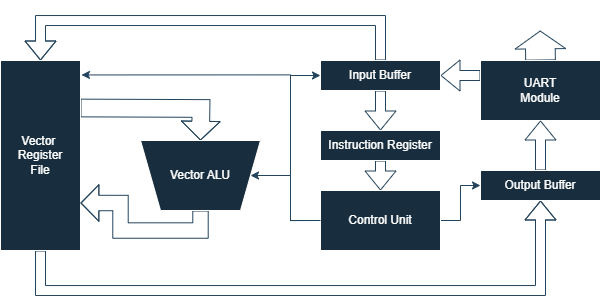
Before: Planning-And-Development/Arch.png, a diagram exported from draw.io (ColeFrancis/FPGA-Vector-Accelerator-with-Python-HAL). Source tidied: cells renumbered, new cells last; positions are measured from the earlier drawing's top-left corner, leaving out a move shared by most shapes.
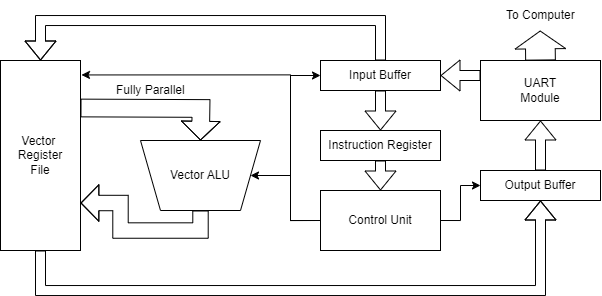
The same file after the commit.

What changed in the source:
```diff
@@ -1,19 +1,19 @@
-<mxGraphModel>
+<mxGraphModel background="#ffffff">
   <root>
     <mxCell id="0" />
     <mxCell id="1" parent="0" />
-    <mxCell id="2" style="edgeStyle=orthogonalEdgeStyle;rounded=0;jettySize=auto;html=1;exitX=0;exitY=0.25;exitDx=0;exitDy=0;entryX=1;entryY=0.5;entryDx=0;entryDy=0;shape=flexArrow;labelBackgroundColor=none;strokeColor=#23445D;fontColor=default;" parent="1" edge="1" source="4" target="7">
+    <mxCell id="2" style="edgeStyle=orthogonalEdgeStyle;rounded=0;jettySize=auto;html=1;exitX=0;exitY=0.25;exitDx=0;exitDy=0;entryX=1;entryY=0.5;entryDx=0;entryDy=0;shape=flexArrow;labelBackgroundColor=none;fontColor=default;" parent="1" edge="1" source="4" target="7">
       <mxGeometry relative="1" as="geometry" />
     </mxCell>
-    <mxCell id="3" style="edgeStyle=orthogonalEdgeStyle;rounded=0;jettySize=auto;html=1;exitX=0.5;exitY=0;exitDx=0;exitDy=0;shape=flexArrow;width=29.705882352941178;endSize=5.614705882352942;labelBackgroundColor=none;strokeColor=#23445D;fontColor=default;" parent="1" edge="1" source="4">
+    <mxCell id="3" style="edgeStyle=orthogonalEdgeStyle;rounded=0;jettySize=auto;html=1;exitX=0.5;exitY=0;exitDx=0;exitDy=0;shape=flexArrow;width=29.705882352941178;endSize=5.614705882352942;labelBackgroundColor=none;fontColor=default;" parent="1" edge="1" source="4">
       <mxGeometry relative="1" as="geometry">
         <mxPoint x="539.7" y="30" as="targetPoint" />
       </mxGeometry>
     </mxCell>
-    <mxCell id="4" value="UART&lt;div&gt;Module&lt;/div&gt;" style="rounded=0;whiteSpace=wrap;html=1;labelBackgroundColor=none;fillColor=#182E3E;strokeColor=#FFFFFF;fontColor=#FFFFFF;" parent="1" vertex="1">
+    <mxCell id="4" value="UART&lt;div&gt;Module&lt;/div&gt;" style="rounded=0;whiteSpace=wrap;html=1;labelBackgroundColor=none;" parent="1" vertex="1">
       <mxGeometry x="480" y="60" width="120" height="60" as="geometry" />
     </mxCell>
-    <mxCell id="5" style="edgeStyle=orthogonalEdgeStyle;rounded=0;jettySize=auto;html=1;exitX=0.5;exitY=0;exitDx=0;exitDy=0;entryX=0.5;entryY=0;entryDx=0;entryDy=0;shape=flexArrow;labelBackgroundColor=none;strokeColor=#23445D;fontColor=default;" parent="1" edge="1" source="7" target="11">
+    <mxCell id="5" style="edgeStyle=orthogonalEdgeStyle;rounded=0;jettySize=auto;html=1;exitX=0.5;exitY=0;exitDx=0;exitDy=0;entryX=0.5;entryY=0;entryDx=0;entryDy=0;shape=flexArrow;labelBackgroundColor=none;fontColor=default;" parent="1" edge="1" source="7" target="11">
       <mxGeometry relative="1" as="geometry">
         <Array as="points">
           <mxPoint x="380" y="20" />
@@ -21,16 +21,16 @@
         </Array>
       </mxGeometry>
     </mxCell>
-    <mxCell id="6" style="edgeStyle=orthogonalEdgeStyle;rounded=0;jettySize=auto;html=1;exitX=0.5;exitY=1;exitDx=0;exitDy=0;entryX=0.5;entryY=0;entryDx=0;entryDy=0;shape=flexArrow;labelBackgroundColor=none;strokeColor=#23445D;fontColor=default;" parent="1" edge="1" source="7" target="13">
+    <mxCell id="6" style="edgeStyle=orthogonalEdgeStyle;rounded=0;jettySize=auto;html=1;exitX=0.5;exitY=1;exitDx=0;exitDy=0;entryX=0.5;entryY=0;entryDx=0;entryDy=0;shape=flexArrow;labelBackgroundColor=none;fontColor=default;" parent="1" edge="1" source="7" target="13">
       <mxGeometry relative="1" as="geometry" />
     </mxCell>
-    <mxCell id="7" value="Input Buffer" style="rounded=0;whiteSpace=wrap;html=1;labelBackgroundColor=none;fillColor=#182E3E;strokeColor=#FFFFFF;fontColor=#FFFFFF;" parent="1" vertex="1">
+    <mxCell id="7" value="Input Buffer" style="rounded=0;whiteSpace=wrap;html=1;labelBackgroundColor=none;" parent="1" vertex="1">
       <mxGeometry x="320" y="60" width="120" height="30" as="geometry" />
     </mxCell>
-    <mxCell id="8" style="edgeStyle=orthogonalEdgeStyle;rounded=0;orthogonalLoop=1;jettySize=auto;html=1;exitX=0.5;exitY=1;exitDx=0;exitDy=0;labelBackgroundColor=none;strokeColor=#23445D;fontColor=default;" parent="1" edge="1" source="7" target="7">
+    <mxCell id="8" style="edgeStyle=orthogonalEdgeStyle;rounded=0;orthogonalLoop=1;jettySize=auto;html=1;exitX=0.5;exitY=1;exitDx=0;exitDy=0;labelBackgroundColor=none;fontColor=default;" parent="1" edge="1" source="7" target="7">
       <mxGeometry relative="1" as="geometry" />
     </mxCell>
-    <mxCell id="9" style="edgeStyle=orthogonalEdgeStyle;rounded=0;jettySize=auto;html=1;exitX=0.5;exitY=1;exitDx=0;exitDy=0;entryX=0.5;entryY=1;entryDx=0;entryDy=0;shape=flexArrow;labelBackgroundColor=none;strokeColor=#23445D;fontColor=default;" parent="1" edge="1" source="11" target="19">
+    <mxCell id="9" style="edgeStyle=orthogonalEdgeStyle;rounded=0;jettySize=auto;html=1;exitX=0.5;exitY=1;exitDx=0;exitDy=0;entryX=0.5;entryY=1;entryDx=0;entryDy=0;shape=flexArrow;labelBackgroundColor=none;fontColor=default;" parent="1" edge="1" source="11" target="19">
       <mxGeometry relative="1" as="geometry">
         <Array as="points">
           <mxPoint x="40" y="290" />
@@ -38,28 +38,28 @@
         </Array>
       </mxGeometry>
     </mxCell>
-    <mxCell id="10" style="edgeStyle=orthogonalEdgeStyle;rounded=0;orthogonalLoop=1;jettySize=auto;html=1;exitX=1;exitY=0.25;exitDx=0;exitDy=0;entryX=0.5;entryY=1;entryDx=0;entryDy=0;shape=flexArrow;width=17.714285714285715;endSize=5.902857142857143;labelBackgroundColor=none;strokeColor=#23445D;fontColor=default;" parent="1" edge="1">
+    <mxCell id="10" style="edgeStyle=orthogonalEdgeStyle;rounded=0;orthogonalLoop=1;jettySize=auto;html=1;exitX=1;exitY=0.25;exitDx=0;exitDy=0;entryX=0.5;entryY=1;entryDx=0;entryDy=0;shape=flexArrow;width=17.714285714285715;endSize=5.902857142857143;labelBackgroundColor=none;fontColor=default;" parent="1" edge="1">
       <mxGeometry relative="1" as="geometry">
         <mxPoint x="80" y="107.5" as="sourcePoint" />
         <mxPoint x="200" y="140" as="targetPoint" />
       </mxGeometry>
     </mxCell>
-    <mxCell id="11" value="Vector&amp;nbsp;&lt;div&gt;Register&lt;/div&gt;&lt;div&gt;File&lt;/div&gt;" style="rounded=0;whiteSpace=wrap;html=1;labelBackgroundColor=none;fillColor=#182E3E;strokeColor=#FFFFFF;fontColor=#FFFFFF;" parent="1" vertex="1">
+    <mxCell id="11" value="Vector&amp;nbsp;&lt;div&gt;Register&lt;/div&gt;&lt;div&gt;File&lt;/div&gt;" style="rounded=0;whiteSpace=wrap;html=1;labelBackgroundColor=none;" parent="1" vertex="1">
       <mxGeometry y="60" width="80" height="190" as="geometry" />
     </mxCell>
-    <mxCell id="12" style="edgeStyle=orthogonalEdgeStyle;rounded=0;jettySize=auto;html=1;exitX=0.5;exitY=1;exitDx=0;exitDy=0;entryX=0.5;entryY=0;entryDx=0;entryDy=0;shape=flexArrow;labelBackgroundColor=none;strokeColor=#23445D;fontColor=default;" parent="1" edge="1" source="13" target="17">
+    <mxCell id="12" style="edgeStyle=orthogonalEdgeStyle;rounded=0;jettySize=auto;html=1;exitX=0.5;exitY=1;exitDx=0;exitDy=0;entryX=0.5;entryY=0;entryDx=0;entryDy=0;shape=flexArrow;labelBackgroundColor=none;fontColor=default;" parent="1" edge="1" source="13" target="17">
       <mxGeometry relative="1" as="geometry" />
     </mxCell>
-    <mxCell id="13" value="Instruction Register" style="rounded=0;whiteSpace=wrap;html=1;labelBackgroundColor=none;fillColor=#182E3E;strokeColor=#FFFFFF;fontColor=#FFFFFF;" parent="1" vertex="1">
+    <mxCell id="13" value="Instruction Register" style="rounded=0;whiteSpace=wrap;html=1;labelBackgroundColor=none;" parent="1" vertex="1">
       <mxGeometry x="320" y="130" width="120" height="30" as="geometry" />
     </mxCell>
-    <mxCell id="14" style="edgeStyle=orthogonalEdgeStyle;rounded=0;jettySize=auto;html=1;exitX=1;exitY=0.5;exitDx=0;exitDy=0;entryX=0;entryY=0.5;entryDx=0;entryDy=0;labelBackgroundColor=none;strokeColor=#23445D;fontColor=default;" parent="1" edge="1" source="17" target="19">
+    <mxCell id="14" style="edgeStyle=orthogonalEdgeStyle;rounded=0;jettySize=auto;html=1;exitX=1;exitY=0.5;exitDx=0;exitDy=0;entryX=0;entryY=0.5;entryDx=0;entryDy=0;labelBackgroundColor=none;fontColor=default;" parent="1" edge="1" source="17" target="19">
       <mxGeometry relative="1" as="geometry" />
     </mxCell>
-    <mxCell id="15" style="edgeStyle=orthogonalEdgeStyle;rounded=0;jettySize=auto;html=1;exitX=0;exitY=0.5;exitDx=0;exitDy=0;entryX=0;entryY=0.5;entryDx=0;entryDy=0;labelBackgroundColor=none;strokeColor=#23445D;fontColor=default;" parent="1" edge="1" source="17" target="21">
+    <mxCell id="15" style="edgeStyle=orthogonalEdgeStyle;rounded=0;jettySize=auto;html=1;exitX=0;exitY=0.5;exitDx=0;exitDy=0;entryX=0;entryY=0.5;entryDx=0;entryDy=0;labelBackgroundColor=none;fontColor=default;" parent="1" edge="1" source="17" target="21">
       <mxGeometry relative="1" as="geometry" />
     </mxCell>
-    <mxCell id="16" style="edgeStyle=orthogonalEdgeStyle;rounded=0;jettySize=auto;html=1;exitX=0;exitY=0.5;exitDx=0;exitDy=0;entryX=0;entryY=0.5;entryDx=0;entryDy=0;labelBackgroundColor=none;strokeColor=#23445D;fontColor=default;" parent="1" edge="1" source="17" target="7">
+    <mxCell id="16" style="edgeStyle=orthogonalEdgeStyle;rounded=0;jettySize=auto;html=1;exitX=0;exitY=0.5;exitDx=0;exitDy=0;entryX=0;entryY=0.5;entryDx=0;entryDy=0;labelBackgroundColor=none;fontColor=default;" parent="1" edge="1" source="17" target="7">
       <mxGeometry relative="1" as="geometry">
         <Array as="points">
           <mxPoint x="290" y="220" />
@@ -67,16 +67,16 @@
         </Array>
       </mxGeometry>
     </mxCell>
-    <mxCell id="17" value="Control Unit" style="rounded=0;whiteSpace=wrap;html=1;labelBackgroundColor=none;fillColor=#182E3E;strokeColor=#FFFFFF;fontColor=#FFFFFF;" parent="1" vertex="1">
+    <mxCell id="17" value="Control Unit" style="rounded=0;whiteSpace=wrap;html=1;labelBackgroundColor=none;" parent="1" vertex="1">
       <mxGeometry x="320" y="190" width="120" height="60" as="geometry" />
     </mxCell>
-    <mxCell id="18" style="edgeStyle=orthogonalEdgeStyle;rounded=0;jettySize=auto;html=1;exitX=0.5;exitY=0;exitDx=0;exitDy=0;entryX=0.5;entryY=1;entryDx=0;entryDy=0;shape=flexArrow;labelBackgroundColor=none;strokeColor=#23445D;fontColor=default;" parent="1" edge="1" source="19" target="4">
+    <mxCell id="18" style="edgeStyle=orthogonalEdgeStyle;rounded=0;jettySize=auto;html=1;exitX=0.5;exitY=0;exitDx=0;exitDy=0;entryX=0.5;entryY=1;entryDx=0;entryDy=0;shape=flexArrow;labelBackgroundColor=none;fontColor=default;" parent="1" edge="1" source="19" target="4">
       <mxGeometry relative="1" as="geometry" />
     </mxCell>
-    <mxCell id="19" value="Output Buffer" style="rounded=0;whiteSpace=wrap;html=1;labelBackgroundColor=none;fillColor=#182E3E;strokeColor=#FFFFFF;fontColor=#FFFFFF;" parent="1" vertex="1">
+    <mxCell id="19" value="Output Buffer" style="rounded=0;whiteSpace=wrap;html=1;labelBackgroundColor=none;" parent="1" vertex="1">
       <mxGeometry x="480" y="170" width="120" height="30" as="geometry" />
     </mxCell>
-    <mxCell id="20" style="edgeStyle=orthogonalEdgeStyle;rounded=0;jettySize=auto;html=1;exitX=0.5;exitY=0;exitDx=0;exitDy=0;entryX=1;entryY=0.75;entryDx=0;entryDy=0;shape=flexArrow;width=15.428571428571429;endSize=5.617142857142857;labelBackgroundColor=none;strokeColor=#23445D;fontColor=default;" parent="1" edge="1" source="21" target="11">
+    <mxCell id="20" style="edgeStyle=orthogonalEdgeStyle;rounded=0;jettySize=auto;html=1;exitX=0.5;exitY=0;exitDx=0;exitDy=0;entryX=1;entryY=0.75;entryDx=0;entryDy=0;shape=flexArrow;width=15.428571428571429;endSize=5.617142857142857;labelBackgroundColor=none;fontColor=default;" parent="1" edge="1" source="21" target="11">
       <mxGeometry relative="1" as="geometry">
         <Array as="points">
           <mxPoint x="200" y="230" />
@@ -85,10 +85,10 @@
         </Array>
       </mxGeometry>
     </mxCell>
-    <mxCell id="21" value="Vector ALU" style="shape=trapezoid;perimeter=trapezoidPerimeter;whiteSpace=wrap;html=1;fixedSize=1;direction=west;labelBackgroundColor=none;fillColor=#182E3E;strokeColor=#FFFFFF;fontColor=#FFFFFF;" parent="1" vertex="1">
+    <mxCell id="21" value="Vector ALU" style="shape=trapezoid;perimeter=trapezoidPerimeter;whiteSpace=wrap;html=1;fixedSize=1;direction=west;labelBackgroundColor=none;" parent="1" vertex="1">
       <mxGeometry x="140" y="140" width="120" height="70" as="geometry" />
     </mxCell>
-    <mxCell id="22" style="edgeStyle=orthogonalEdgeStyle;rounded=0;jettySize=auto;html=1;exitX=0;exitY=0.5;exitDx=0;exitDy=0;entryX=1.012;entryY=0.076;entryDx=0;entryDy=0;entryPerimeter=0;labelBackgroundColor=none;strokeColor=#23445D;fontColor=default;" parent="1" edge="1" source="17" target="11">
+    <mxCell id="22" style="edgeStyle=orthogonalEdgeStyle;rounded=0;jettySize=auto;html=1;exitX=0;exitY=0.5;exitDx=0;exitDy=0;entryX=1.012;entryY=0.076;entryDx=0;entryDy=0;entryPerimeter=0;labelBackgroundColor=none;fontColor=default;" parent="1" edge="1" source="17" target="11">
       <mxGeometry relative="1" as="geometry">
         <Array as="points">
           <mxPoint x="290" y="220" />
@@ -96,10 +96,10 @@
         </Array>
       </mxGeometry>
     </mxCell>
-    <mxCell id="23" value="To Computer" style="text;strokeColor=none;fillColor=none;align=left;verticalAlign=middle;spacingLeft=4;spacingRight=4;overflow=hidden;whiteSpace=wrap;html=1;labelBackgroundColor=none;fontColor=#FFFFFF;" parent="1" vertex="1">
+    <mxCell id="23" value="To Computer" style="text;strokeColor=none;fillColor=none;align=left;verticalAlign=middle;spacingLeft=4;spacingRight=4;overflow=hidden;whiteSpace=wrap;html=1;labelBackgroundColor=none;" parent="1" vertex="1">
       <mxGeometry x="500" width="80" height="30" as="geometry" />
     </mxCell>
-    <mxCell id="24" value="Fully Parallel" style="text;strokeColor=none;fillColor=none;align=left;verticalAlign=middle;spacingLeft=4;spacingRight=4;overflow=hidden;whiteSpace=wrap;html=1;labelBackgroundColor=none;fontColor=#FFFFFF;" parent="1" vertex="1">
+    <mxCell id="24" value="Fully Parallel" style="text;strokeColor=none;fillColor=none;align=left;verticalAlign=middle;spacingLeft=4;spacingRight=4;overflow=hidden;whiteSpace=wrap;html=1;labelBackgroundColor=none;" parent="1" vertex="1">
       <mxGeometry x="110" y="80" width="80" height="20" as="geometry" />
     </mxCell>
   </root>
```
